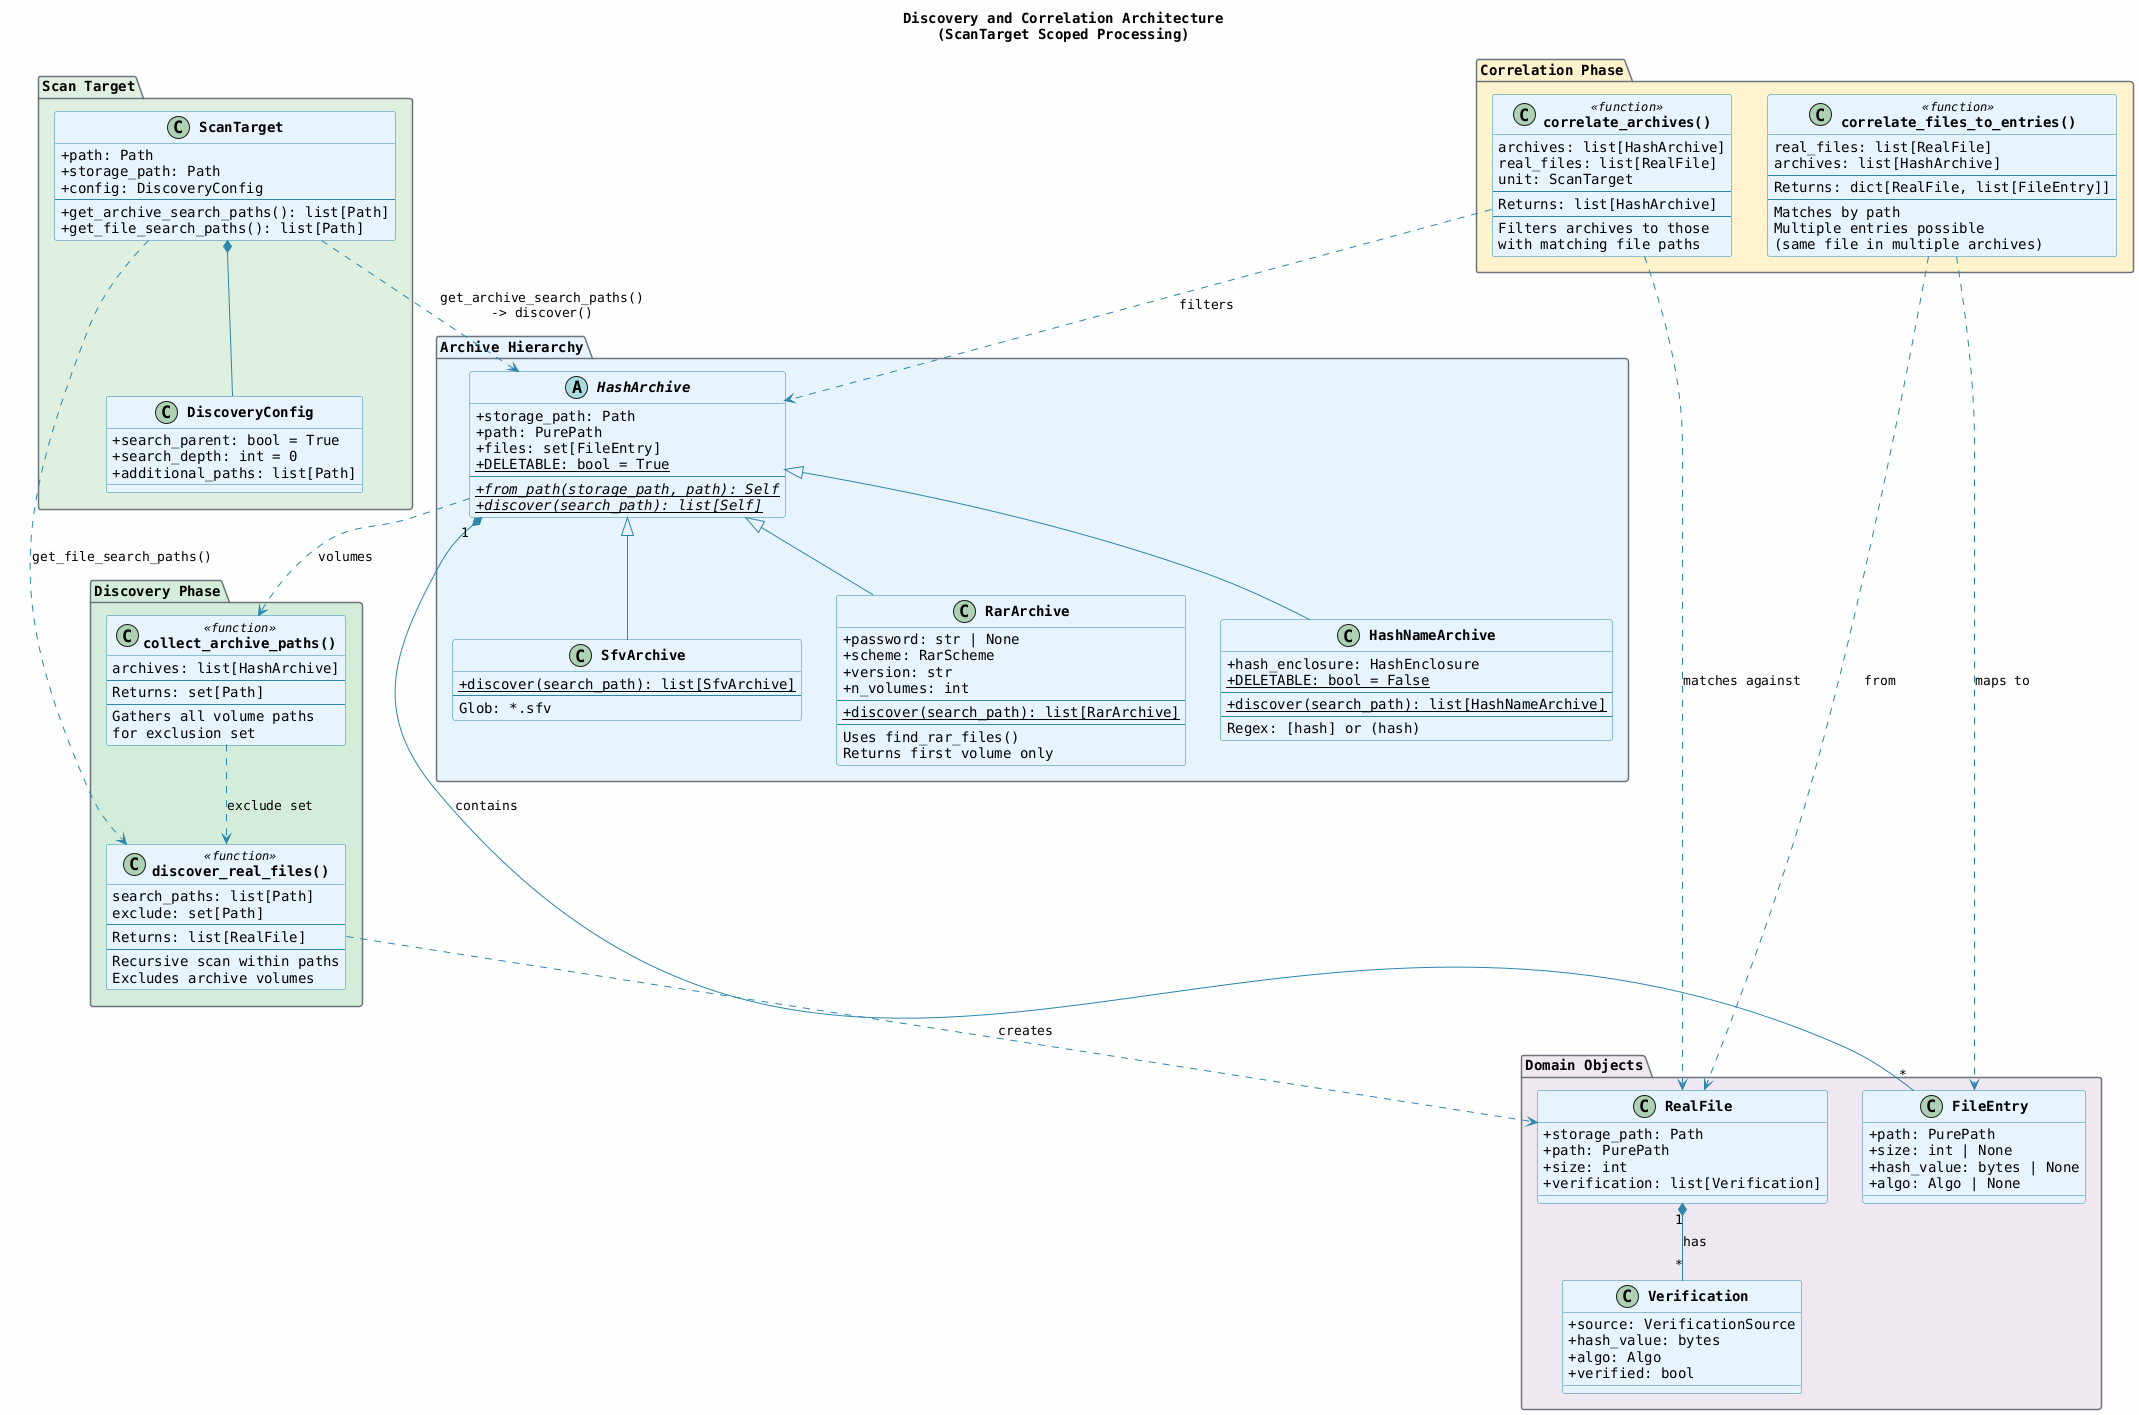
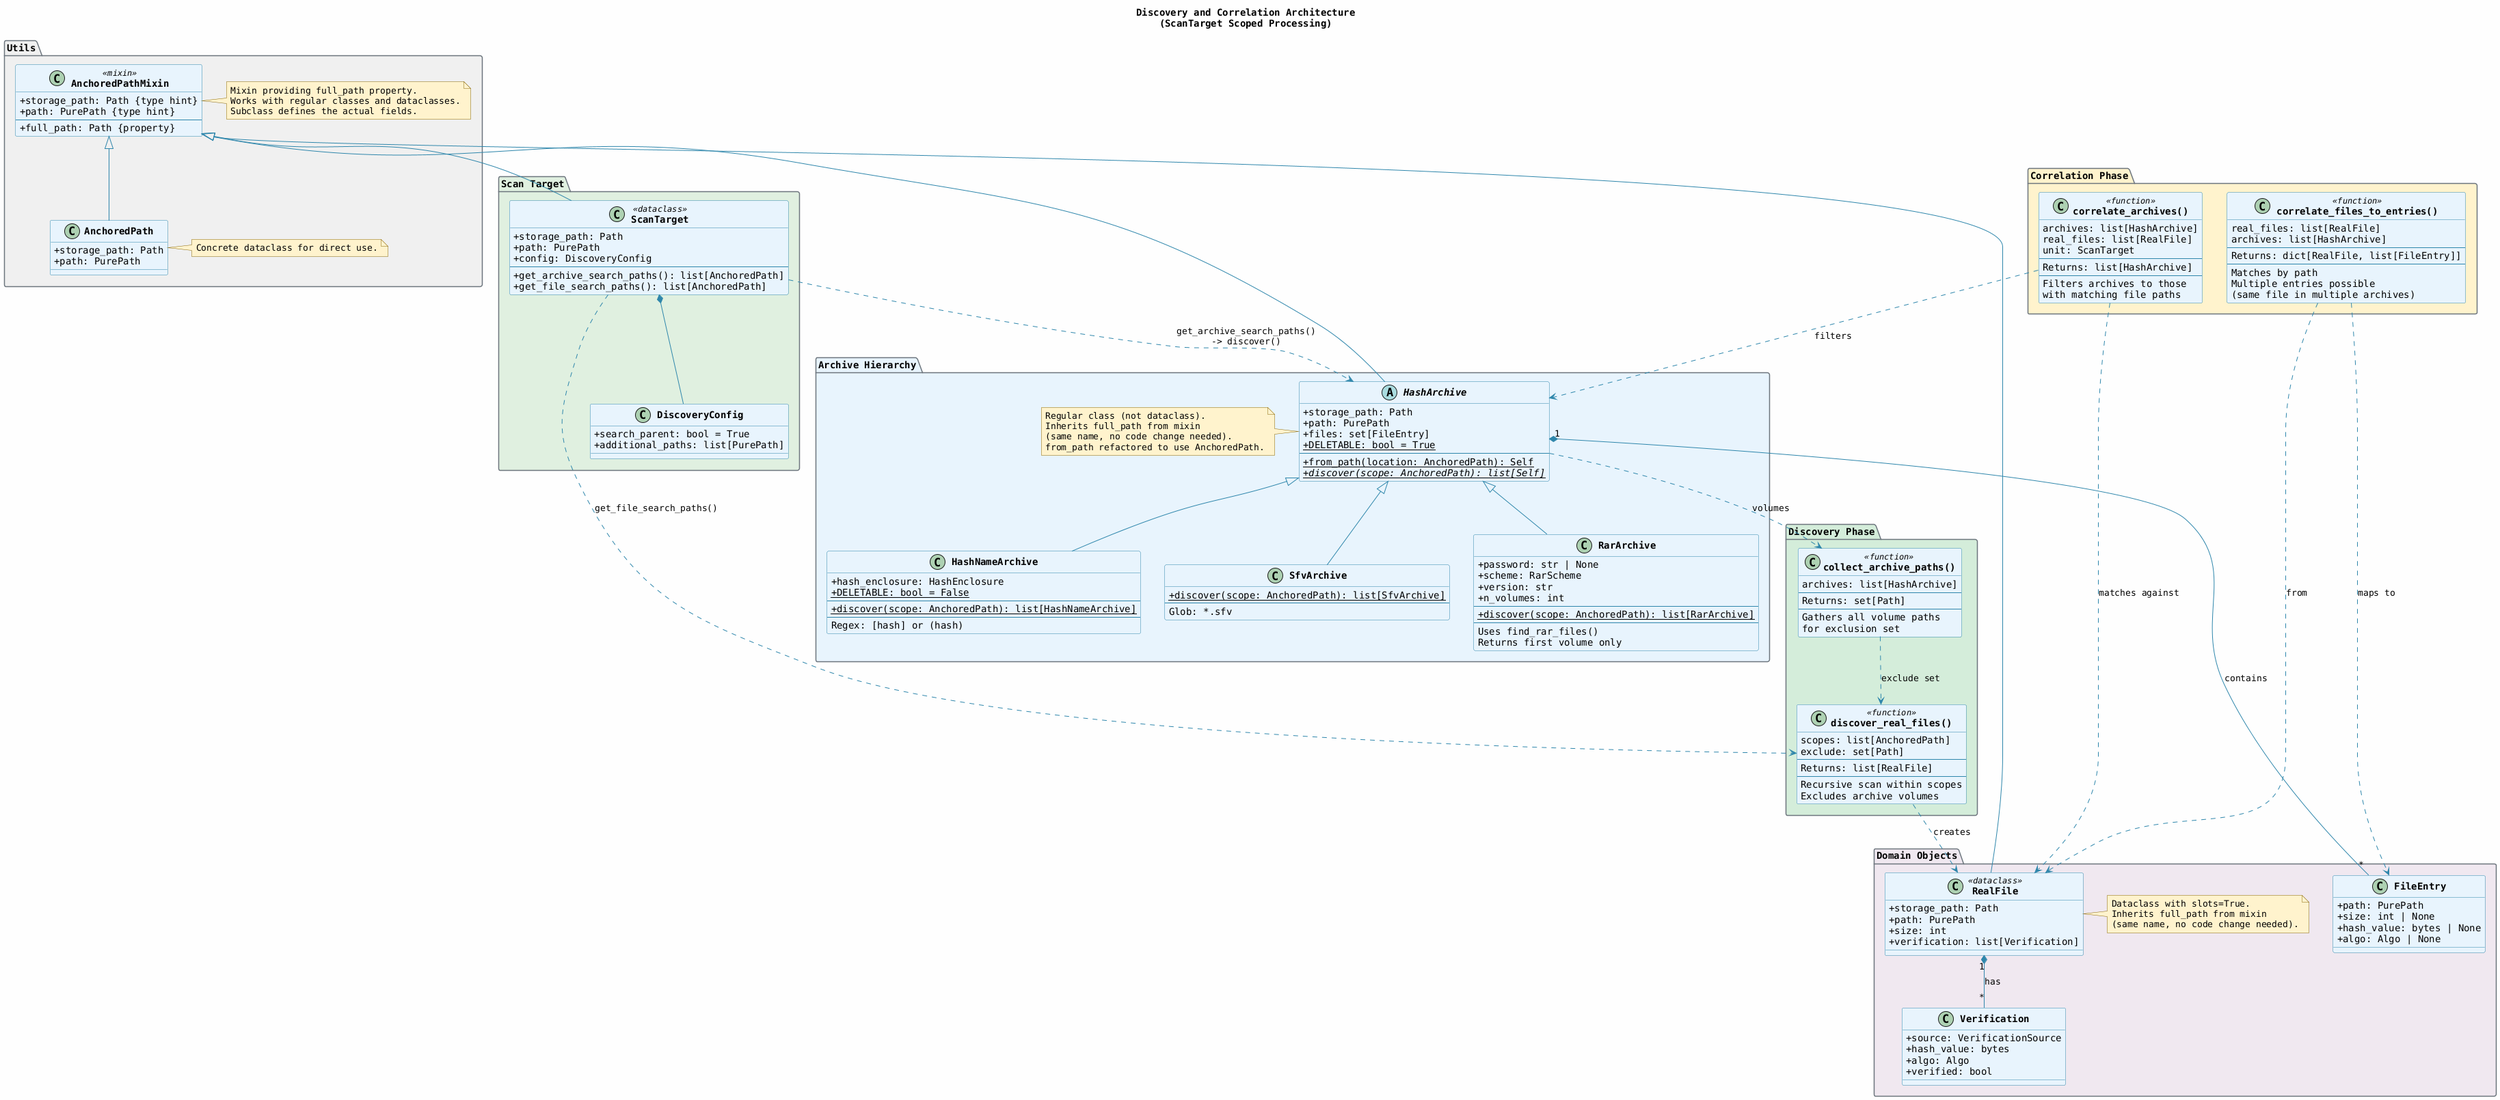
@startuml Discovery and Correlation Architecture

skinparam backgroundColor #FEFEFE
skinparam shadowing false
skinparam defaultFontName Monospaced
skinparam classAttributeIconSize 0
skinparam classFontStyle bold

skinparam class {
    BackgroundColor #E8F4FD
    BorderColor #2E86AB
    ArrowColor #2E86AB
}

skinparam package {
    BackgroundColor #F8F9FA
    BorderColor #6C757D
}

skinparam note {
    BackgroundColor #FFF3CD
    BorderColor #856404
}

title Discovery and Correlation Architecture\n(ScanTarget Scoped Processing)

+ package "Utils" #F0F0F0 {
+     class AnchoredPathMixin <<mixin>> {
+         +storage_path: Path {type hint}
+         +path: PurePath {type hint}
+         --
+         +full_path: Path {property}
+     }
+ 
+     class AnchoredPath {
+         +storage_path: Path
+         +path: PurePath
+     }
+ 
+     note right of AnchoredPathMixin
+         Mixin providing full_path property.
+         Works with regular classes and dataclasses.
+         Subclass defines the actual fields.
+     end note
+ 
+     note right of AnchoredPath
+         Concrete dataclass for direct use.
+     end note
+ 
+     AnchoredPathMixin <|-- AnchoredPath
+ }
+ 
package "Scan Target" #E0F0E0 {
    class DiscoveryConfig {
        +search_parent: bool = True
-         +search_depth: int = 0
-         +additional_paths: list[Path]
-     }
- 
-     class ScanTarget {
-         +path: Path
-         +storage_path: Path
+         +additional_paths: list[PurePath]
+     }
+ 
+     class ScanTarget <<dataclass>> {
+         +storage_path: Path
+         +path: PurePath
        +config: DiscoveryConfig
        --
-         +get_archive_search_paths(): list[Path]
-         +get_file_search_paths(): list[Path]
+         +get_archive_search_paths(): list[AnchoredPath]
+         +get_file_search_paths(): list[AnchoredPath]
    }

    ScanTarget *-- DiscoveryConfig
}
+ 
+ AnchoredPathMixin <|-- ScanTarget

package "Archive Hierarchy" #E8F4FD {
    abstract class HashArchive {
        +storage_path: Path
        +path: PurePath
        +files: set[FileEntry]
        {static} +DELETABLE: bool = True
        --
-         {abstract} {static} +from_path(storage_path, path): Self
-         {abstract} {static} +discover(search_path): list[Self]
-     }
+         {static} +from_path(location: AnchoredPath): Self
+         {abstract} {static} +discover(scope: AnchoredPath): list[Self]
+     }
+     note left of HashArchive
+         Regular class (not dataclass).
+         Inherits full_path from mixin
+         (same name, no code change needed).
+         from_path refactored to use AnchoredPath.
+     end note

    class SfvArchive {
-         {static} +discover(search_path): list[SfvArchive]
+         {static} +discover(scope: AnchoredPath): list[SfvArchive]
        --
        Glob: *.sfv
    }

    class RarArchive {
        +password: str | None
        +scheme: RarScheme
        +version: str
        +n_volumes: int
        --
-         {static} +discover(search_path): list[RarArchive]
+         {static} +discover(scope: AnchoredPath): list[RarArchive]
        --
        Uses find_rar_files()
        Returns first volume only
    }

    class HashNameArchive {
        +hash_enclosure: HashEnclosure
        {static} +DELETABLE: bool = False
        --
-         {static} +discover(search_path): list[HashNameArchive]
+         {static} +discover(scope: AnchoredPath): list[HashNameArchive]
        --
        Regex: [hash] or (hash)
    }

    HashArchive <|-- SfvArchive
    HashArchive <|-- RarArchive
    HashArchive <|-- HashNameArchive
}

package "Discovery Phase" #D4EDDA {
    class "discover_real_files()" as DiscoverFiles <<function>> {
-         search_paths: list[Path]
+         scopes: list[AnchoredPath]
        exclude: set[Path]
        --
        Returns: list[RealFile]
        --
-         Recursive scan within paths
+         Recursive scan within scopes
        Excludes archive volumes
    }

    class "collect_archive_paths()" as CollectPaths <<function>> {
        archives: list[HashArchive]
        --
        Returns: set[Path]
        --
        Gathers all volume paths
        for exclusion set
    }
}

package "Correlation Phase" #FFF3CD {
    class "correlate_archives()" as CorrelateArchives <<function>> {
        archives: list[HashArchive]
        real_files: list[RealFile]
        unit: ScanTarget
        --
        Returns: list[HashArchive]
        --
        Filters archives to those
        with matching file paths
    }

    class "correlate_files_to_entries()" as CorrelateFiles <<function>> {
        real_files: list[RealFile]
        archives: list[HashArchive]
        --
        Returns: dict[RealFile, list[FileEntry]]
        --
        Matches by path
        Multiple entries possible
        (same file in multiple archives)
    }
}

package "Domain Objects" #F0E8F0 {
    class FileEntry {
        +path: PurePath
        +size: int | None
        +hash_value: bytes | None
        +algo: Algo | None
    }

-     class RealFile {
+     class RealFile <<dataclass>> {
        +storage_path: Path
        +path: PurePath
        +size: int
        +verification: list[Verification]
    }
+     note right of RealFile
+         Dataclass with slots=True.
+         Inherits full_path from mixin
+         (same name, no code change needed).
+     end note

    class Verification {
        +source: VerificationSource
        +hash_value: bytes
        +algo: Algo
        +verified: bool
    }

    HashArchive "1" *-- "*" FileEntry : contains
    RealFile "1" *-- "*" Verification : has
}
+ 
+ AnchoredPathMixin <|-- HashArchive
+ AnchoredPathMixin <|-- RealFile

' Relationships
ScanTarget ..> HashArchive : "get_archive_search_paths()\n-> discover()"
ScanTarget ..> DiscoverFiles : "get_file_search_paths()"
HashArchive ..> CollectPaths : volumes
CollectPaths ..> DiscoverFiles : exclude set
DiscoverFiles ..> RealFile : creates
CorrelateArchives ..> HashArchive : filters
CorrelateArchives ..> RealFile : matches against
CorrelateFiles ..> FileEntry : maps to
CorrelateFiles ..> RealFile : from

@enduml
